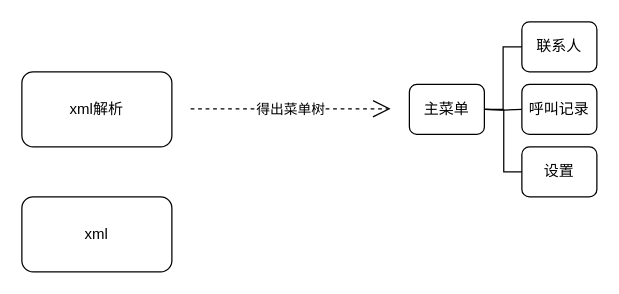
Above: page "第 12 页" (12 of 12) of D9.drawio in liyunhao2/technology (draw.io), before the change. Source tidied: cells renumbered, new cells numbered last; positions are measured from the earlier drawing's top-left corner, leaving out a move shared by most shapes. Both pictures are drawn from the tidied source at 125%, with x=0, y=0 at pixel (21, 21).
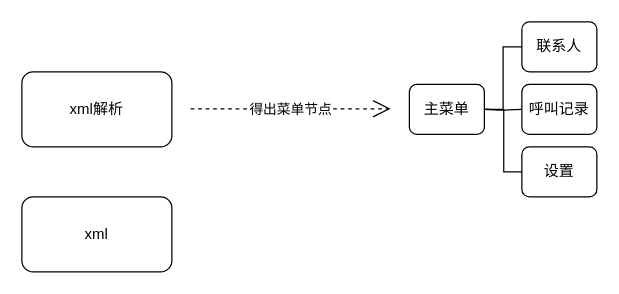
After the change.

Diff of the diagram source:
```diff
@@
 <mxGraphModel>
   <root>
     <mxCell id="0" />
     <mxCell id="1" parent="0" />
     <mxCell id="2" value="xml解析" style="rounded=1;whiteSpace=wrap;html=1;" parent="1" vertex="1">
       <mxGeometry y="40" width="120" height="60" as="geometry" />
     </mxCell>
-    <mxCell id="3" value="得出菜单树" style="endArrow=open;endSize=12;dashed=1;html=1;rounded=0;edgeStyle=orthogonalEdgeStyle;" parent="1" edge="1">
+    <mxCell id="3" value="得出菜单节点" style="endArrow=open;endSize=12;dashed=1;html=1;rounded=0;edgeStyle=orthogonalEdgeStyle;" parent="1" edge="1">
       <mxGeometry relative="1" as="geometry">
         <mxPoint x="135" y="69.5" as="sourcePoint" />
         <mxPoint x="295" y="69.5" as="targetPoint" />
       </mxGeometry>
     </mxCell>
     <mxCell id="4" value="主菜单" style="rounded=1;whiteSpace=wrap;html=1;" parent="1" vertex="1">
       <mxGeometry x="310" y="50" width="60" height="40" as="geometry" />
     </mxCell>
     <mxCell id="5" value="联系人" style="rounded=1;whiteSpace=wrap;html=1;" parent="1" vertex="1">
       <mxGeometry x="400" width="60" height="40" as="geometry" />
     </mxCell>
     <mxCell id="6" value="呼叫记录" style="rounded=1;whiteSpace=wrap;html=1;" parent="1" vertex="1">
       <mxGeometry x="400" y="50" width="60" height="40" as="geometry" />
     </mxCell>
     <mxCell id="7" value="设置" style="rounded=1;whiteSpace=wrap;html=1;" parent="1" vertex="1">
       <mxGeometry x="400" y="100" width="60" height="40" as="geometry" />
     </mxCell>
     <mxCell id="8" style="endArrow=none;html=1;rounded=0;edgeStyle=orthogonalEdgeStyle;entryX=0;entryY=0.5;entryDx=0;entryDy=0;" parent="1" edge="1" target="7">
       <mxGeometry relative="1" as="geometry">
         <mxPoint x="370" y="70" as="sourcePoint" />
       </mxGeometry>
     </mxCell>
     <mxCell id="9" style="endArrow=none;html=1;rounded=0;edgeStyle=orthogonalEdgeStyle;entryX=0;entryY=0.5;entryDx=0;entryDy=0;exitX=1;exitY=0.5;exitDx=0;exitDy=0;" parent="1" edge="1" source="4" target="5">
       <mxGeometry relative="1" as="geometry" />
     </mxCell>
     <mxCell id="10" style="endArrow=none;html=1;rounded=0;edgeStyle=orthogonalEdgeStyle;entryX=0;entryY=0.5;entryDx=0;entryDy=0;" parent="1" edge="1" target="6">
       <mxGeometry relative="1" as="geometry">
         <mxPoint x="371" y="70" as="sourcePoint" />
       </mxGeometry>
     </mxCell>
     <mxCell id="11" value="xml" style="rounded=1;whiteSpace=wrap;html=1;" parent="1" vertex="1">
       <mxGeometry y="140" width="120" height="60" as="geometry" />
     </mxCell>
   </root>
 </mxGraphModel>
```
